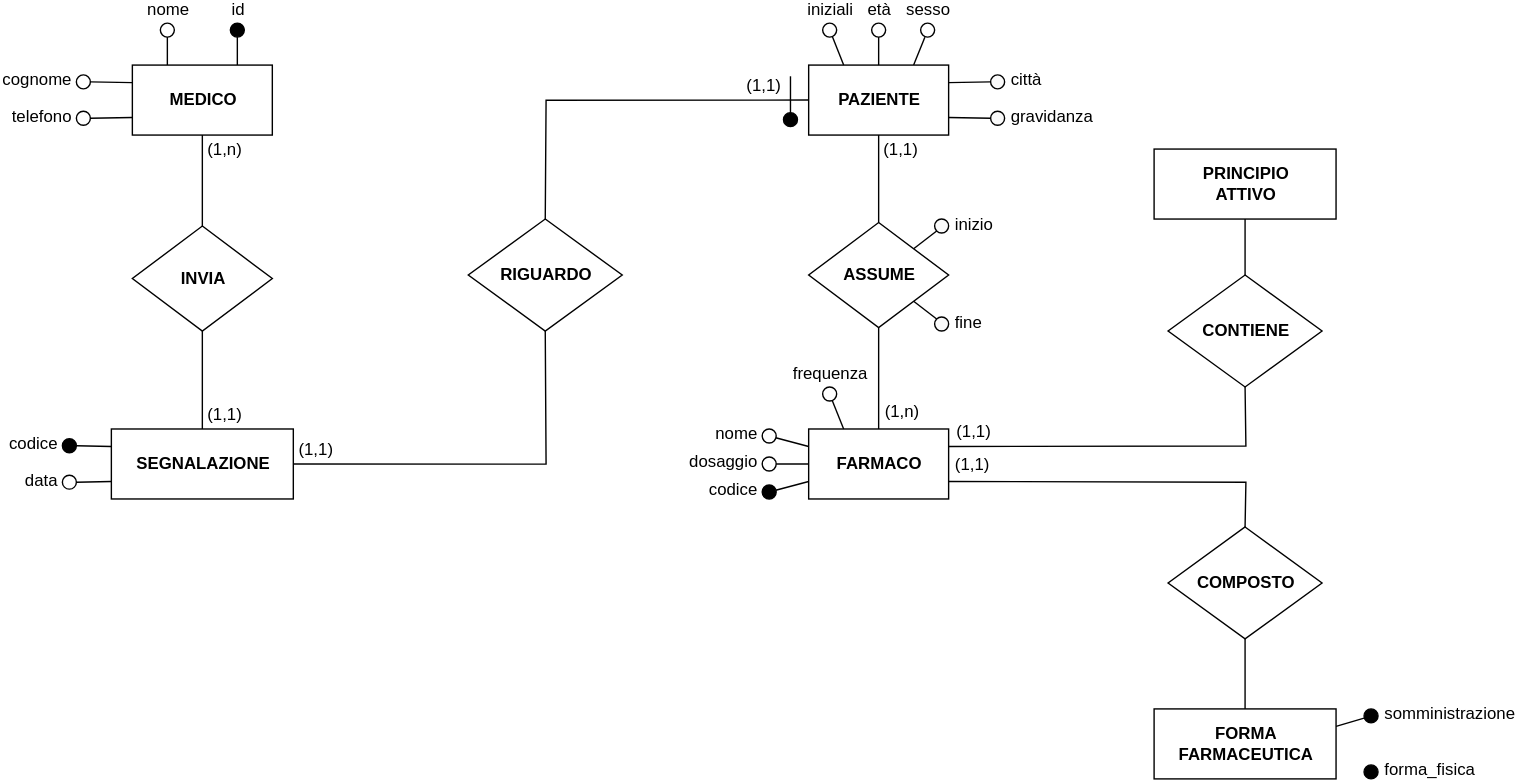
Earlier version of the draw.io export schematics/er-diagram.svg (MatteoCarnelos/DB-SEA). Source tidied: cells renumbered, new cells last; positions are measured from the earlier drawing's top-left corner, leaving out a move shared by most shapes.
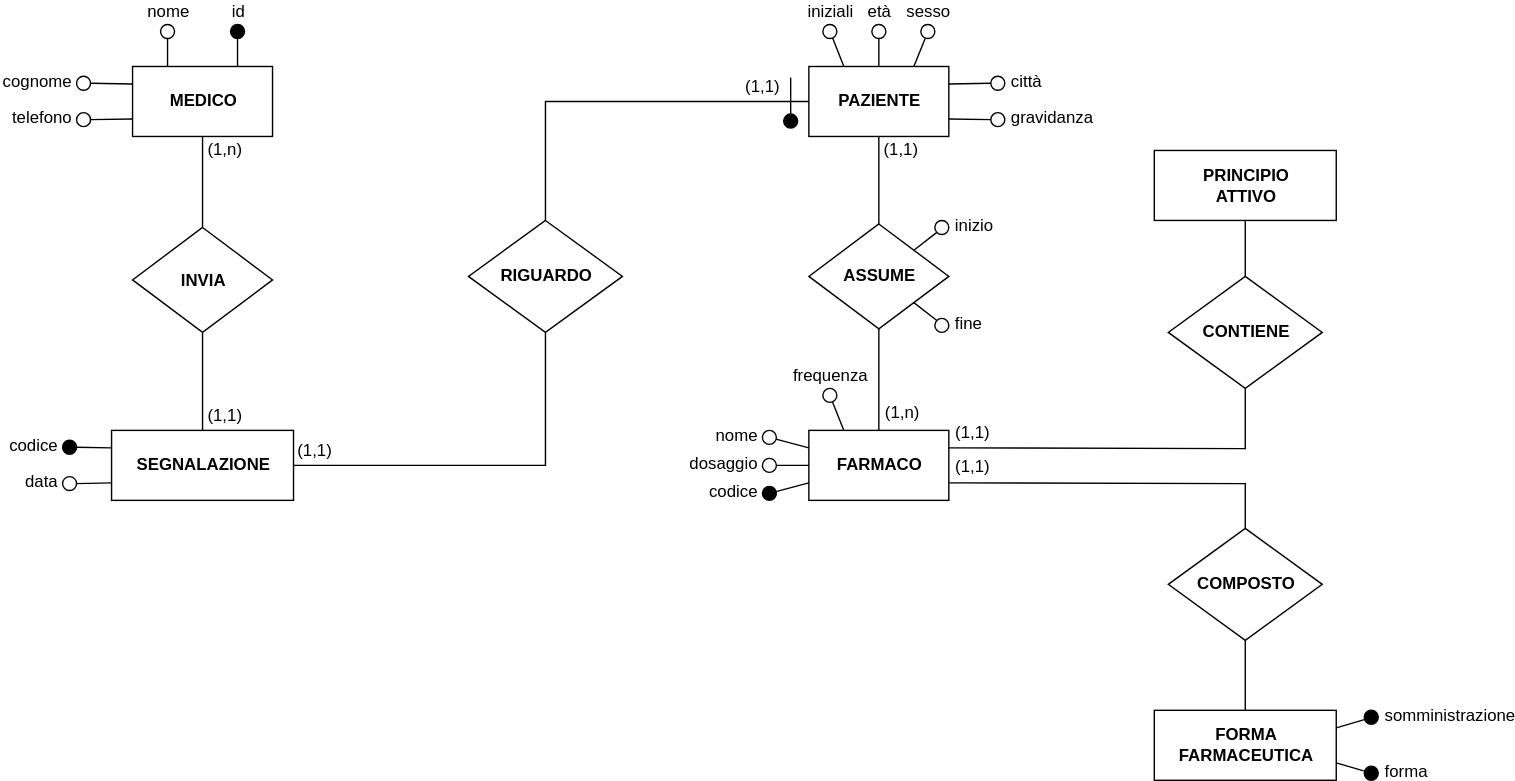
Later version of the same file.

Change to the diagram source:
```diff
@@ -207,6 +207,9 @@
     <mxCell id="64" style="edgeStyle=orthogonalEdgeStyle;rounded=0;comic=0;jumpStyle=none;jumpSize=6;jettySize=auto;html=1;exitX=0.5;exitY=0;exitDx=0;exitDy=0;entryX=0.5;entryY=1;entryDx=0;entryDy=0;endArrow=none;endFill=0;" parent="1" edge="1" source="65" target="66">
       <mxGeometry relative="1" as="geometry" />
     </mxCell>
+    <mxCell id="70" style="edgeStyle=none;rounded=0;comic=0;jumpStyle=none;jumpSize=6;jettySize=auto;html=1;exitX=1;exitY=0.75;exitDx=0;exitDy=0;entryX=-0.035;entryY=0.329;entryDx=0;entryDy=0;endArrow=none;endFill=0;entryPerimeter=0;" parent="1" edge="1" source="65" target="69">
+      <mxGeometry relative="1" as="geometry" />
+    </mxCell>
     <mxCell id="65" value="&lt;b&gt;FORMA&lt;br&gt;FARMACEUTICA&lt;br&gt;&lt;/b&gt;" style="whiteSpace=wrap;html=1;align=center;" parent="1" vertex="1">
       <mxGeometry x="780" y="490" width="130" height="50" as="geometry" />
     </mxCell>
@@ -219,7 +222,7 @@
     <mxCell id="68" value="somministrazione" style="ellipse;whiteSpace=wrap;html=1;fillColor=#000000;labelPosition=right;verticalLabelPosition=middle;align=left;verticalAlign=middle;spacing=5;spacingBottom=2;" parent="1" vertex="1">
       <mxGeometry x="930" y="490" width="10" height="10" as="geometry" />
     </mxCell>
-    <mxCell id="69" value="forma_fisica" style="ellipse;whiteSpace=wrap;html=1;fillColor=#000000;labelPosition=right;verticalLabelPosition=middle;align=left;verticalAlign=middle;spacing=5;spacingBottom=2;" parent="1" vertex="1">
+    <mxCell id="69" value="forma" style="ellipse;whiteSpace=wrap;html=1;fillColor=#000000;labelPosition=right;verticalLabelPosition=middle;align=left;verticalAlign=middle;spacing=5;spacingBottom=2;" parent="1" vertex="1">
       <mxGeometry x="930" y="530" width="10" height="10" as="geometry" />
     </mxCell>
   </root>
```
